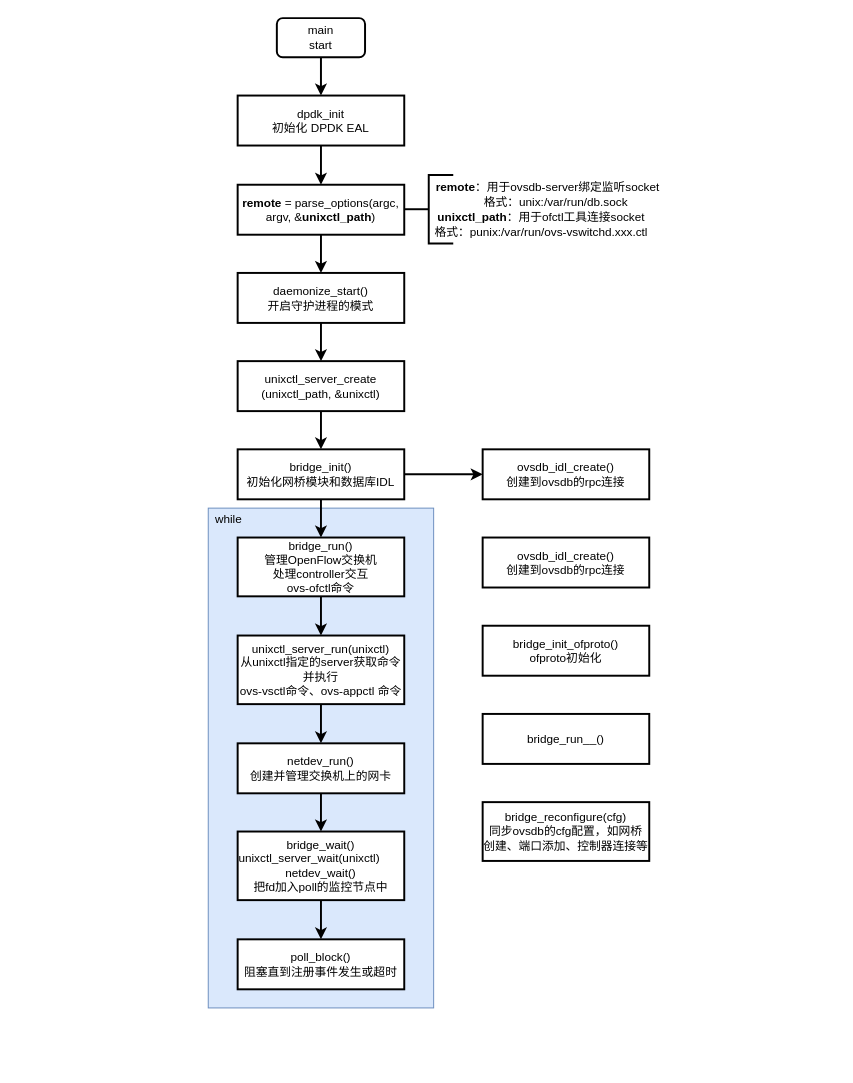
Earlier version of the draw.io diagram vswitchd.drawio (ctimbai/draw.io). Source tidied: cells renumbered, new cells numbered last; positions are measured from the earlier drawing's top-left corner, leaving out a move shared by most shapes. Both pictures are drawn from the tidied source at 98%, with x=0, y=0 at pixel (208, 18).
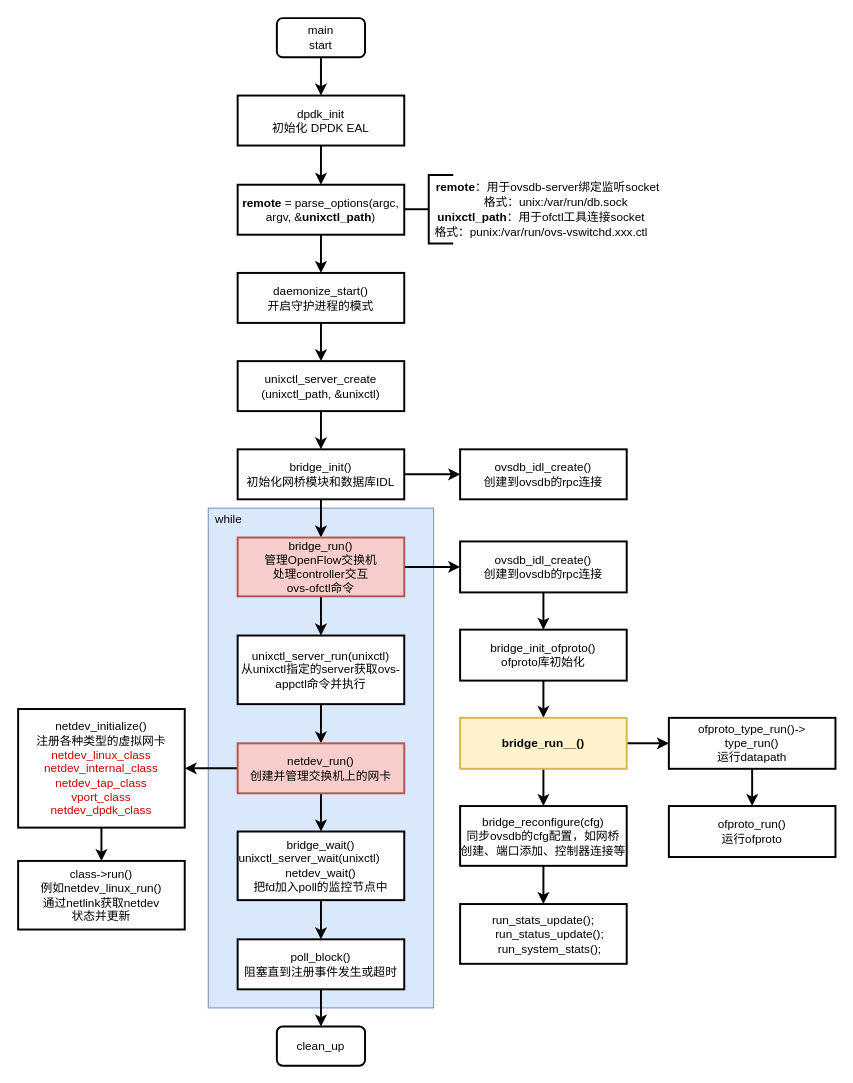
Above is the later version.

The change refers to these unchanged cells:
```xml
<mxCell id="27" value="poll_block()&lt;br&gt;阻塞直到注册事件发生或超时" style="rounded=0;whiteSpace=wrap;html=1;strokeWidth=2;" parent="1" vertex="1">
  <mxGeometry x="30" y="940" width="170" height="51" as="geometry" />
</mxCell>
```

The edit, as a diff of the source:
```diff
@@
+    <mxCell id="34" style="edgeStyle=orthogonalEdgeStyle;rounded=0;jettySize=auto;html=1;entryX=0;entryY=0.5;entryDx=0;entryDy=0;strokeWidth=2;" parent="1" edge="1" source="20" target="30">
+      <mxGeometry relative="1" as="geometry" />
+    </mxCell>
-    <mxCell id="20" value="bridge_run()&lt;br&gt;管理OpenFlow交换机&lt;br&gt;处理controller交互&lt;br&gt;ovs-ofctl命令" style="rounded=0;whiteSpace=wrap;html=1;strokeWidth=2;" parent="1" vertex="1">
+    <mxCell id="20" value="bridge_run()&lt;br&gt;管理OpenFlow交换机&lt;br&gt;处理controller交互&lt;br&gt;ovs-ofctl命令" style="rounded=0;whiteSpace=wrap;html=1;strokeWidth=2;fillColor=#f8cecc;strokeColor=#b85450;" parent="1" vertex="1">
       <mxGeometry x="30" y="530" width="170" height="60" as="geometry" />
     </mxCell>
@@
-    <mxCell id="22" value="unixctl_server_run(unixctl)&lt;br&gt;从unixctl指定的server获取命令并执行&lt;br&gt;ovs-vsctl命令、ovs-appctl 命令" style="rounded=0;whiteSpace=wrap;html=1;strokeWidth=2;" parent="1" vertex="1">
+    <mxCell id="22" value="unixctl_server_run(unixctl)&lt;br&gt;从unixctl指定的server获取ovs-appctl命令并执行" style="rounded=0;whiteSpace=wrap;html=1;strokeWidth=2;" parent="1" vertex="1">
       <mxGeometry x="30" y="630" width="170" height="70" as="geometry" />
     </mxCell>
@@
+    <mxCell id="35" style="edgeStyle=orthogonalEdgeStyle;rounded=0;jettySize=auto;html=1;exitX=0;exitY=0.5;exitDx=0;exitDy=0;entryX=1;entryY=0.5;entryDx=0;entryDy=0;strokeWidth=2;" parent="1" edge="1" source="24" target="45">
+      <mxGeometry relative="1" as="geometry" />
+    </mxCell>
-    <mxCell id="24" value="netdev_run()&lt;br&gt;创建并管理交换机上的网卡" style="rounded=0;whiteSpace=wrap;html=1;strokeWidth=2;" parent="1" vertex="1">
+    <mxCell id="24" value="netdev_run()&lt;br&gt;创建并管理交换机上的网卡" style="rounded=0;whiteSpace=wrap;html=1;strokeWidth=2;fillColor=#f8cecc;strokeColor=#b85450;" parent="1" vertex="1">
       <mxGeometry x="30" y="740" width="170" height="51" as="geometry" />
     </mxCell>
@@
+    <mxCell id="36" style="edgeStyle=orthogonalEdgeStyle;rounded=0;jettySize=auto;html=1;exitX=0.5;exitY=1;exitDx=0;exitDy=0;entryX=0.5;entryY=0;entryDx=0;entryDy=0;strokeWidth=2;" parent="1" edge="1" source="27" target="43">
+      <mxGeometry relative="1" as="geometry" />
+    </mxCell>
@@
     <mxCell id="29" value="ovsdb_idl_create()&lt;br&gt;创建到ovsdb的rpc连接" style="rounded=0;whiteSpace=wrap;html=1;strokeWidth=2;" parent="1" vertex="1">
-      <mxGeometry x="280" y="440" width="170" height="51" as="geometry" />
+      <mxGeometry x="257" y="440" width="170" height="51" as="geometry" />
     </mxCell>
+    <mxCell id="37" style="edgeStyle=orthogonalEdgeStyle;rounded=0;jettySize=auto;html=1;exitX=0.5;exitY=1;exitDx=0;exitDy=0;strokeWidth=2;" parent="1" edge="1" source="30" target="31">
+      <mxGeometry relative="1" as="geometry" />
+    </mxCell>
     <mxCell id="30" value="ovsdb_idl_create()&lt;br&gt;创建到ovsdb的rpc连接" style="rounded=0;whiteSpace=wrap;html=1;strokeWidth=2;" parent="1" vertex="1">
-      <mxGeometry x="280" y="530" width="170" height="51" as="geometry" />
+      <mxGeometry x="257" y="534" width="170" height="52" as="geometry" />
     </mxCell>
+    <mxCell id="38" style="edgeStyle=orthogonalEdgeStyle;rounded=0;jettySize=auto;html=1;exitX=0.5;exitY=1;exitDx=0;exitDy=0;entryX=0.5;entryY=0;entryDx=0;entryDy=0;strokeWidth=2;" parent="1" edge="1" source="31" target="32">
+      <mxGeometry relative="1" as="geometry" />
+    </mxCell>
-    <mxCell id="31" value="bridge_init_ofproto()&lt;br&gt;ofproto初始化" style="rounded=0;whiteSpace=wrap;html=1;strokeWidth=2;" parent="1" vertex="1">
-      <mxGeometry x="280" y="620" width="170" height="51" as="geometry" />
+    <mxCell id="31" value="bridge_init_ofproto()&lt;br&gt;ofproto库初始化" style="rounded=0;whiteSpace=wrap;html=1;strokeWidth=2;" parent="1" vertex="1">
+      <mxGeometry x="257" y="624" width="170" height="52" as="geometry" />
     </mxCell>
+    <mxCell id="39" style="edgeStyle=orthogonalEdgeStyle;rounded=0;jettySize=auto;html=1;exitX=0.5;exitY=1;exitDx=0;exitDy=0;strokeWidth=2;" parent="1" edge="1" source="32" target="33">
+      <mxGeometry relative="1" as="geometry" />
+    </mxCell>
+    <mxCell id="40" style="edgeStyle=orthogonalEdgeStyle;rounded=0;jettySize=auto;html=1;exitX=1;exitY=0.5;exitDx=0;exitDy=0;entryX=0;entryY=0.5;entryDx=0;entryDy=0;strokeWidth=2;" parent="1" edge="1" source="32" target="48">
+      <mxGeometry relative="1" as="geometry" />
+    </mxCell>
-    <mxCell id="32" value="bridge_run__()" style="rounded=0;whiteSpace=wrap;html=1;strokeWidth=2;" parent="1" vertex="1">
-      <mxGeometry x="280" y="710" width="170" height="51" as="geometry" />
+    <mxCell id="32" value="&lt;b&gt;bridge_run__()&lt;/b&gt;" style="rounded=0;whiteSpace=wrap;html=1;strokeWidth=2;fillColor=#fff2cc;strokeColor=#d6b656;" parent="1" vertex="1">
+      <mxGeometry x="257" y="714" width="170" height="52" as="geometry" />
     </mxCell>
+    <mxCell id="41" style="edgeStyle=orthogonalEdgeStyle;rounded=0;jettySize=auto;html=1;exitX=0.5;exitY=1;exitDx=0;exitDy=0;entryX=0.5;entryY=0;entryDx=0;entryDy=0;strokeWidth=2;" parent="1" edge="1" source="33" target="42">
+      <mxGeometry relative="1" as="geometry" />
+    </mxCell>
     <mxCell id="33" value="bridge_reconfigure(cfg)&lt;br&gt;同步ovsdb的cfg配置，如网桥创建、端口添加、控制器连接等" style="rounded=0;whiteSpace=wrap;html=1;strokeWidth=2;" parent="1" vertex="1">
-      <mxGeometry x="280" y="800" width="170" height="60" as="geometry" />
+      <mxGeometry x="257" y="804" width="170" height="61" as="geometry" />
     </mxCell>
+    <mxCell id="42" value="&lt;div&gt;run_stats_update();&lt;/div&gt;&lt;div&gt;&amp;nbsp; &amp;nbsp; run_status_update();&lt;/div&gt;&lt;div&gt;&amp;nbsp; &amp;nbsp; run_system_stats();&lt;/div&gt;" style="rounded=0;whiteSpace=wrap;html=1;strokeWidth=2;" parent="1" vertex="1">
+      <mxGeometry x="257" y="904" width="170" height="61" as="geometry" />
+    </mxCell>
+    <mxCell id="43" value="clean_up" style="rounded=1;whiteSpace=wrap;html=1;strokeWidth=2;" parent="1" vertex="1">
+      <mxGeometry x="70" y="1029" width="90" height="40" as="geometry" />
+    </mxCell>
+    <mxCell id="44" style="edgeStyle=orthogonalEdgeStyle;rounded=0;jettySize=auto;html=1;exitX=0.5;exitY=1;exitDx=0;exitDy=0;entryX=0.5;entryY=0;entryDx=0;entryDy=0;strokeWidth=2;" parent="1" edge="1" source="45" target="46">
+      <mxGeometry relative="1" as="geometry" />
+    </mxCell>
+    <mxCell id="45" value="netdev_initialize()&lt;br&gt;注册各种类型的虚拟网卡&lt;br&gt;&lt;font color=&quot;#cc0000&quot;&gt;netdev_linux_class&lt;br&gt;netdev_internal_class&lt;br&gt;netdev_tap_class&lt;br&gt;vport_class&lt;br&gt;netdev_dpdk_class&lt;/font&gt;" style="rounded=0;whiteSpace=wrap;html=1;strokeWidth=2;" parent="1" vertex="1">
+      <mxGeometry x="-194" y="705" width="170" height="121" as="geometry" />
+    </mxCell>
+    <mxCell id="46" value="class-&amp;gt;run()&lt;br&gt;例如netdev_linux_run()&lt;br&gt;通过netlink获取netdev&lt;br&gt;状态并更新" style="rounded=0;whiteSpace=wrap;html=1;strokeWidth=2;" parent="1" vertex="1">
+      <mxGeometry x="-194" y="860" width="170" height="70" as="geometry" />
+    </mxCell>
+    <mxCell id="47" style="edgeStyle=orthogonalEdgeStyle;rounded=0;jettySize=auto;html=1;exitX=0.5;exitY=1;exitDx=0;exitDy=0;entryX=0.5;entryY=0;entryDx=0;entryDy=0;strokeWidth=2;" parent="1" edge="1" source="48" target="49">
+      <mxGeometry relative="1" as="geometry" />
+    </mxCell>
+    <mxCell id="48" value="ofproto_type_run()-&amp;gt;&lt;br&gt;type_run()&lt;br&gt;运行datapath" style="rounded=0;whiteSpace=wrap;html=1;strokeWidth=2;" parent="1" vertex="1">
+      <mxGeometry x="470" y="714" width="170" height="52" as="geometry" />
+    </mxCell>
+    <mxCell id="49" value="ofproto_run()&lt;br&gt;运行ofproto" style="rounded=0;whiteSpace=wrap;html=1;strokeWidth=2;" parent="1" vertex="1">
+      <mxGeometry x="470" y="804" width="170" height="52" as="geometry" />
+    </mxCell>
```
